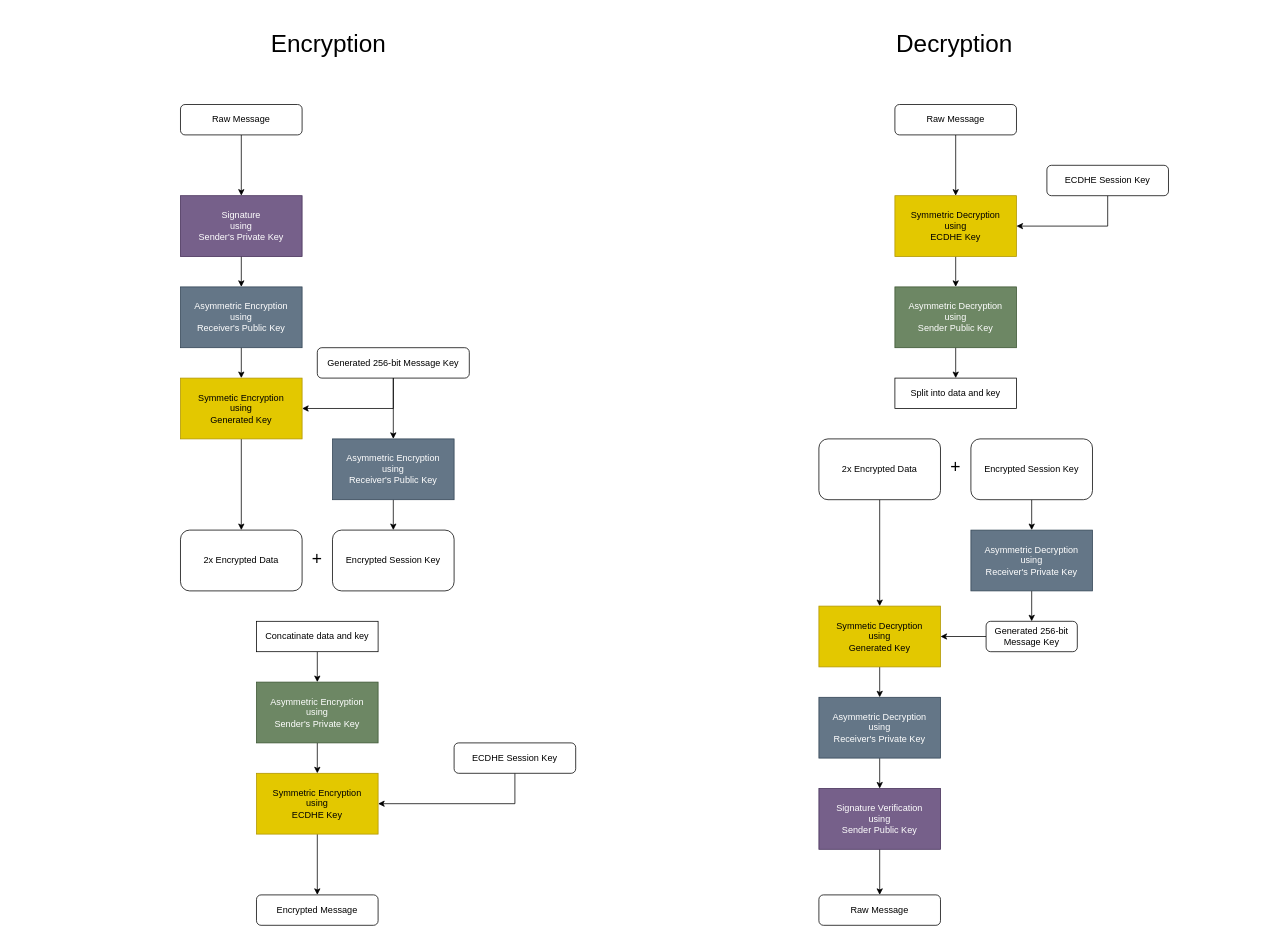
The draw.io diagram docs/protocols/Encryption.drawio in sheophe/octopusmq, before the edit. Source tidied: cells renumbered, new cells numbered last; positions are measured from the earlier drawing's top-left corner, leaving out a move shared by most shapes. Both pictures are drawn from the tidied source at 76%, with x=0, y=0 at pixel (13, 13).
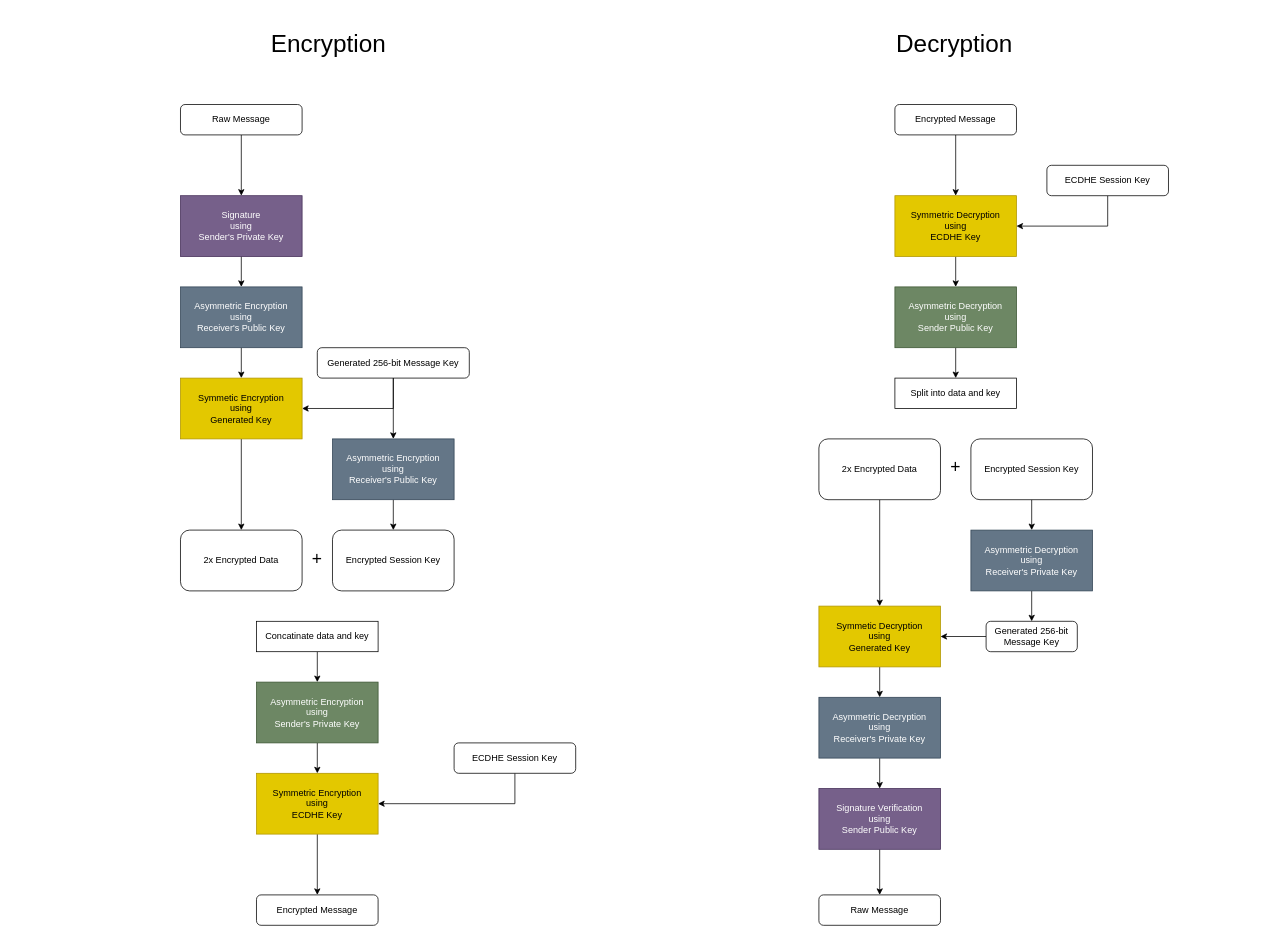
The same diagram, later.

Diff of the diagram source:
```diff
@@
-    <mxCell id="49" value="Raw Message" style="rounded=1;whiteSpace=wrap;html=1;" parent="1" vertex="1">
+    <mxCell id="49" value="Encrypted Message" style="rounded=1;whiteSpace=wrap;html=1;" parent="1" vertex="1">
       <mxGeometry x="1160" y="120" width="160" height="40" as="geometry" />
     </mxCell>
```
